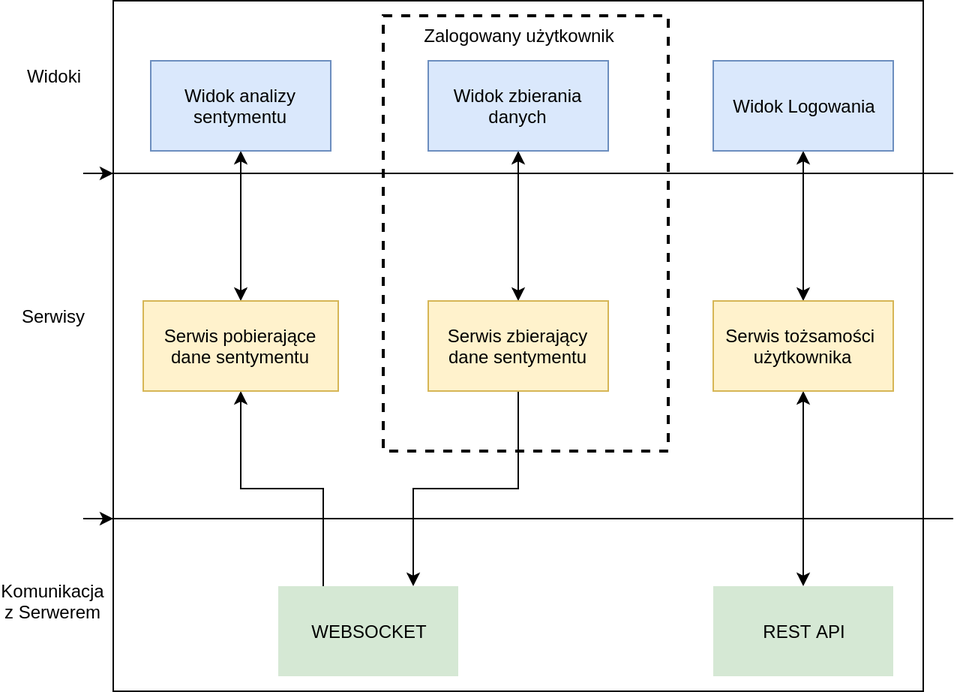
The draw.io diagram img/client-modules.png in JakubSokolowski/hesoyam-docs, before a commit. Source tidied: cells renumbered, new cells last; positions are measured from the earlier drawing's top-left corner, leaving out a move shared by most shapes. Its diagram source:
```xml
<mxGraphModel>
  <root>
    <mxCell id="0" />
    <mxCell id="1" parent="0" />
    <mxCell id="2" style="rounded=0;whiteSpace=wrap;html=1;" parent="1" vertex="1">
      <mxGeometry x="60" width="540" height="460" as="geometry" />
    </mxCell>
    <mxCell id="3" style="edgeStyle=orthogonalEdgeStyle;rounded=0;orthogonalLoop=1;jettySize=auto;html=1;exitX=1;exitY=0.25;exitDx=0;exitDy=0;entryX=0;entryY=0.25;entryDx=0;entryDy=0;" parent="1" edge="1" source="2" target="2">
      <mxGeometry relative="1" as="geometry" />
    </mxCell>
    <mxCell id="4" style="edgeStyle=orthogonalEdgeStyle;rounded=0;orthogonalLoop=1;jettySize=auto;html=1;exitX=1;exitY=0.75;exitDx=0;exitDy=0;entryX=0;entryY=0.75;entryDx=0;entryDy=0;" parent="1" edge="1" source="2" target="2">
      <mxGeometry relative="1" as="geometry" />
    </mxCell>
    <mxCell id="5" style="edgeStyle=orthogonalEdgeStyle;rounded=0;jettySize=auto;html=1;exitX=0.5;exitY=1;exitDx=0;exitDy=0;entryX=0.5;entryY=0;entryDx=0;entryDy=0;startArrow=classic;startFill=1;" parent="1" edge="1" source="6" target="19">
      <mxGeometry relative="1" as="geometry" />
    </mxCell>
    <mxCell id="6" value="Widok analizy sentymentu&lt;br&gt;" style="rounded=0;whiteSpace=wrap;html=1;fillColor=#dae8fc;strokeColor=#6c8ebf;" parent="1" vertex="1">
      <mxGeometry x="85" y="40" width="120" height="60" as="geometry" />
    </mxCell>
    <mxCell id="7" style="rounded=0;whiteSpace=wrap;html=1;gradientColor=#ffffff;fillColor=none;dashed=1;strokeWidth=2;" parent="1" vertex="1">
      <mxGeometry x="240" y="10" width="190" height="290" as="geometry" />
    </mxCell>
    <mxCell id="8" style="edgeStyle=orthogonalEdgeStyle;rounded=0;jettySize=auto;html=1;exitX=0.5;exitY=1;exitDx=0;exitDy=0;entryX=0.5;entryY=0;entryDx=0;entryDy=0;startArrow=classic;startFill=1;" parent="1" edge="1" source="9" target="13">
      <mxGeometry relative="1" as="geometry" />
    </mxCell>
    <mxCell id="9" value="Widok Logowania&lt;br&gt;" style="rounded=0;whiteSpace=wrap;html=1;fillColor=#dae8fc;strokeColor=#6c8ebf;" parent="1" vertex="1">
      <mxGeometry x="460" y="40" width="120" height="60" as="geometry" />
    </mxCell>
    <mxCell id="10" style="edgeStyle=orthogonalEdgeStyle;rounded=0;jettySize=auto;html=1;exitX=0.5;exitY=1;exitDx=0;exitDy=0;startArrow=classic;startFill=1;" parent="1" edge="1" source="11" target="17">
      <mxGeometry relative="1" as="geometry" />
    </mxCell>
    <mxCell id="11" value="Widok zbierania danych&lt;br&gt;" style="rounded=0;whiteSpace=wrap;html=1;fillColor=#dae8fc;strokeColor=#6c8ebf;" parent="1" vertex="1">
      <mxGeometry x="270" y="40" width="120" height="60" as="geometry" />
    </mxCell>
    <mxCell id="12" style="edgeStyle=orthogonalEdgeStyle;rounded=0;jettySize=auto;html=1;exitX=0.5;exitY=1;exitDx=0;exitDy=0;entryX=0.5;entryY=0;entryDx=0;entryDy=0;startArrow=classic;startFill=1;" parent="1" edge="1" source="13" target="20">
      <mxGeometry relative="1" as="geometry" />
    </mxCell>
    <mxCell id="13" value="Serwis tożsamości&amp;nbsp; użytkownika&lt;br&gt;" style="rounded=0;whiteSpace=wrap;html=1;fillColor=#fff2cc;strokeColor=#d6b656;" parent="1" vertex="1">
      <mxGeometry x="460" y="200" width="120" height="60" as="geometry" />
    </mxCell>
    <mxCell id="14" value="Zalogowany użytkownik&lt;br&gt;&lt;br&gt;" style="text;html=1;strokeColor=none;fillColor=none;align=center;verticalAlign=middle;whiteSpace=wrap;rounded=0;dashed=1;" parent="1" vertex="1">
      <mxGeometry x="265" y="20" width="130" height="20" as="geometry" />
    </mxCell>
    <mxCell id="15" style="edgeStyle=orthogonalEdgeStyle;rounded=0;jettySize=auto;html=1;exitX=0.75;exitY=0;exitDx=0;exitDy=0;entryX=0.5;entryY=1;entryDx=0;entryDy=0;startArrow=classic;startFill=1;endArrow=none;endFill=0;" parent="1" edge="1" source="16" target="17">
      <mxGeometry relative="1" as="geometry" />
    </mxCell>
    <mxCell id="16" value="WEBSOCKET&lt;br&gt;" style="rounded=0;whiteSpace=wrap;html=1;dashed=1;strokeWidth=2;fillColor=#d5e8d4;strokeColor=none;" parent="1" vertex="1">
      <mxGeometry x="170" y="390" width="120" height="60" as="geometry" />
    </mxCell>
    <mxCell id="17" value="Serwis zbierający dane sentymentu&lt;br&gt;" style="rounded=0;whiteSpace=wrap;html=1;fillColor=#fff2cc;strokeColor=#d6b656;" parent="1" vertex="1">
      <mxGeometry x="270" y="200" width="120" height="60" as="geometry" />
    </mxCell>
    <mxCell id="18" style="edgeStyle=orthogonalEdgeStyle;rounded=0;jettySize=auto;html=1;exitX=0.5;exitY=1;exitDx=0;exitDy=0;entryX=0.25;entryY=0;entryDx=0;entryDy=0;startArrow=classic;startFill=1;endArrow=none;endFill=0;" parent="1" edge="1" source="19" target="16">
      <mxGeometry relative="1" as="geometry" />
    </mxCell>
    <mxCell id="19" value="Serwis pobierające dane sentymentu&lt;br&gt;" style="rounded=0;whiteSpace=wrap;html=1;fillColor=#fff2cc;strokeColor=#d6b656;" parent="1" vertex="1">
      <mxGeometry x="80" y="200" width="130" height="60" as="geometry" />
    </mxCell>
    <mxCell id="20" value="REST API&lt;br&gt;" style="rounded=0;whiteSpace=wrap;html=1;dashed=1;strokeWidth=2;fillColor=#d5e8d4;strokeColor=none;" parent="1" vertex="1">
      <mxGeometry x="460" y="390" width="120" height="60" as="geometry" />
    </mxCell>
    <mxCell id="21" value="Widoki" style="text;html=1;strokeColor=none;fillColor=none;align=center;verticalAlign=middle;whiteSpace=wrap;rounded=0;dashed=1;" parent="1" vertex="1">
      <mxGeometry y="30" width="40" height="40" as="geometry" />
    </mxCell>
    <mxCell id="22" value="Serwisy" style="text;html=1;strokeColor=none;fillColor=none;align=center;verticalAlign=middle;whiteSpace=wrap;rounded=0;dashed=1;" parent="1" vertex="1">
      <mxGeometry y="190" width="40" height="40" as="geometry" />
    </mxCell>
    <mxCell id="23" value="Komunikacja z Serwerem&lt;br&gt;" style="text;html=1;strokeColor=none;fillColor=none;align=center;verticalAlign=middle;whiteSpace=wrap;rounded=0;dashed=1;" parent="1" vertex="1">
      <mxGeometry y="390" width="40" height="20" as="geometry" />
    </mxCell>
  </root>
</mxGraphModel>
```
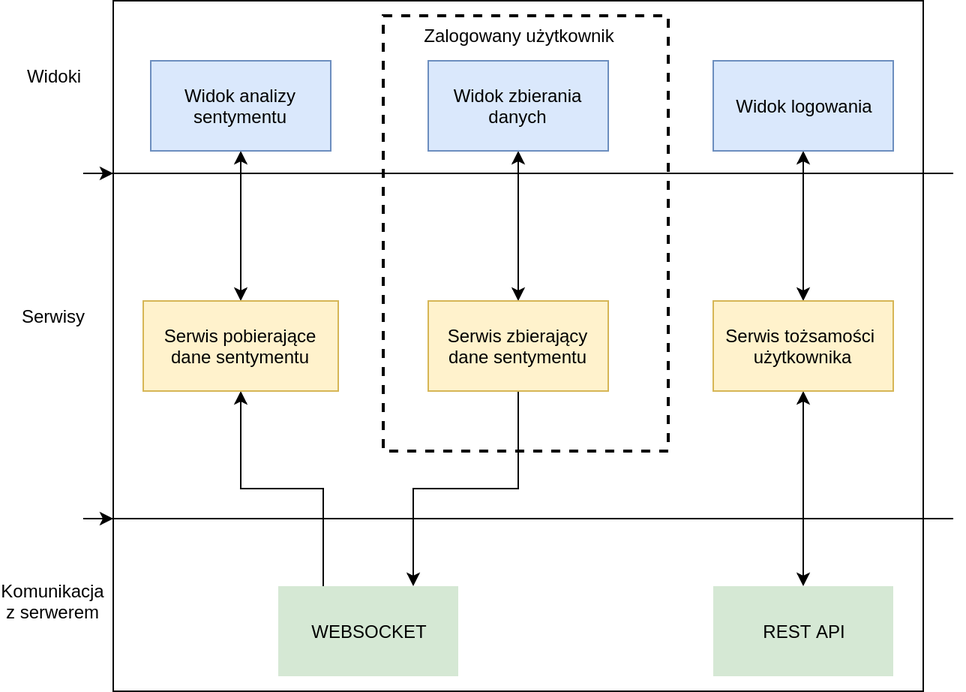
After the commit.

What changed in the source:
```diff
@@ -23,7 +23,7 @@
     <mxCell id="8" style="edgeStyle=orthogonalEdgeStyle;rounded=0;jettySize=auto;html=1;exitX=0.5;exitY=1;exitDx=0;exitDy=0;entryX=0.5;entryY=0;entryDx=0;entryDy=0;startArrow=classic;startFill=1;" parent="1" edge="1" source="9" target="13">
       <mxGeometry relative="1" as="geometry" />
     </mxCell>
-    <mxCell id="9" value="Widok Logowania&lt;br&gt;" style="rounded=0;whiteSpace=wrap;html=1;fillColor=#dae8fc;strokeColor=#6c8ebf;" parent="1" vertex="1">
+    <mxCell id="9" value="Widok logowania&lt;br&gt;" style="rounded=0;whiteSpace=wrap;html=1;fillColor=#dae8fc;strokeColor=#6c8ebf;" parent="1" vertex="1">
       <mxGeometry x="460" y="40" width="120" height="60" as="geometry" />
     </mxCell>
     <mxCell id="10" style="edgeStyle=orthogonalEdgeStyle;rounded=0;jettySize=auto;html=1;exitX=0.5;exitY=1;exitDx=0;exitDy=0;startArrow=classic;startFill=1;" parent="1" edge="1" source="11" target="17">
@@ -65,7 +65,7 @@
     <mxCell id="22" value="Serwisy" style="text;html=1;strokeColor=none;fillColor=none;align=center;verticalAlign=middle;whiteSpace=wrap;rounded=0;dashed=1;" parent="1" vertex="1">
       <mxGeometry y="190" width="40" height="40" as="geometry" />
     </mxCell>
-    <mxCell id="23" value="Komunikacja z Serwerem&lt;br&gt;" style="text;html=1;strokeColor=none;fillColor=none;align=center;verticalAlign=middle;whiteSpace=wrap;rounded=0;dashed=1;" parent="1" vertex="1">
+    <mxCell id="23" value="Komunikacja z serwerem&lt;br&gt;" style="text;html=1;strokeColor=none;fillColor=none;align=center;verticalAlign=middle;whiteSpace=wrap;rounded=0;dashed=1;" parent="1" vertex="1">
       <mxGeometry y="390" width="40" height="20" as="geometry" />
     </mxCell>
   </root>
```
